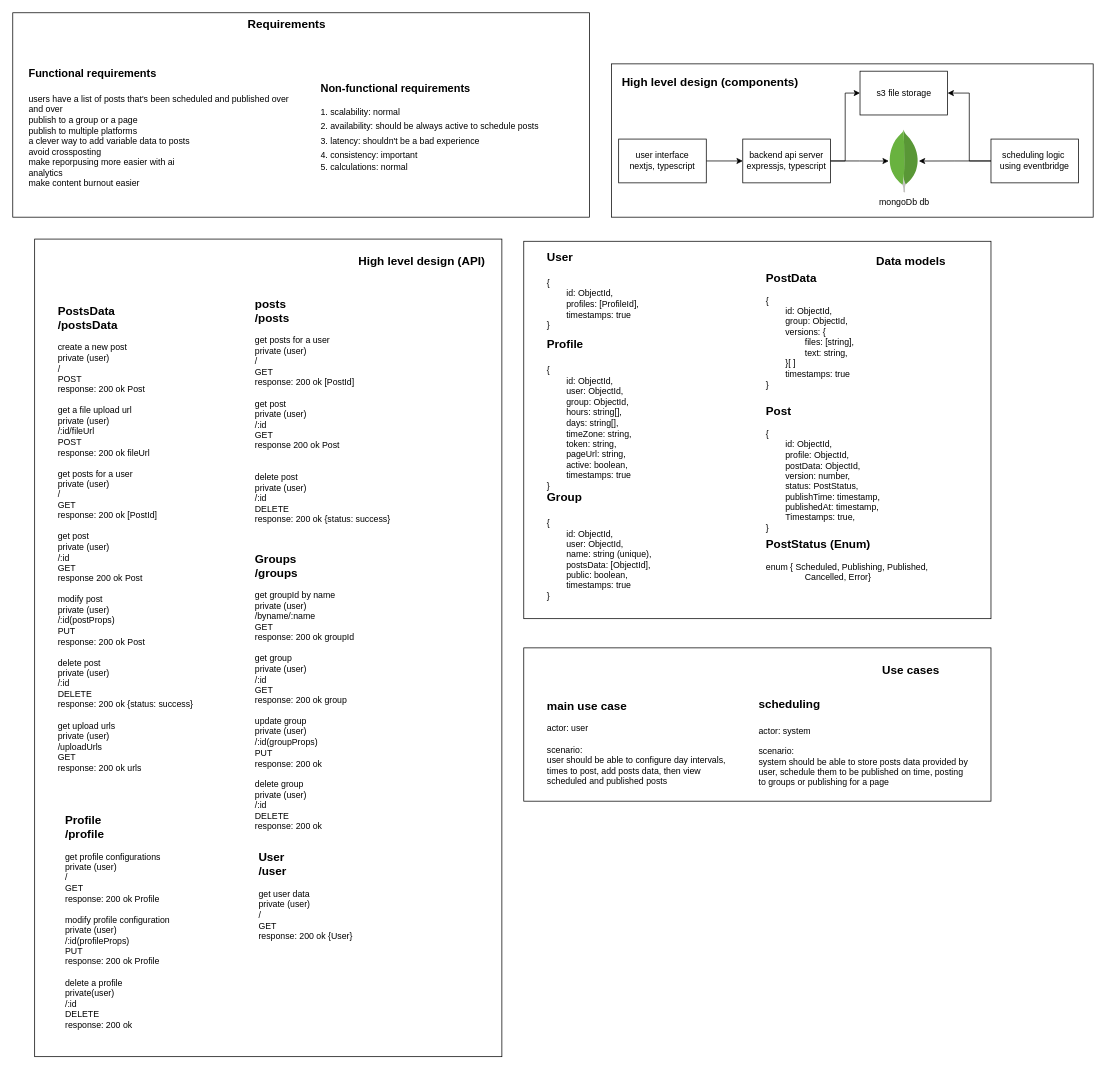
The draw.io diagram page "high-level" (1 of 5) of auto-post.drawio in ahmed-elbehairy7/pamylka-system-design, before the edit. Source tidied: cells renumbered, new cells numbered last; positions are measured from the earlier drawing's top-left corner, leaving out a move shared by most shapes. Both pictures are drawn from the tidied source at 73%, with x=0, y=0 at pixel (12, 12).
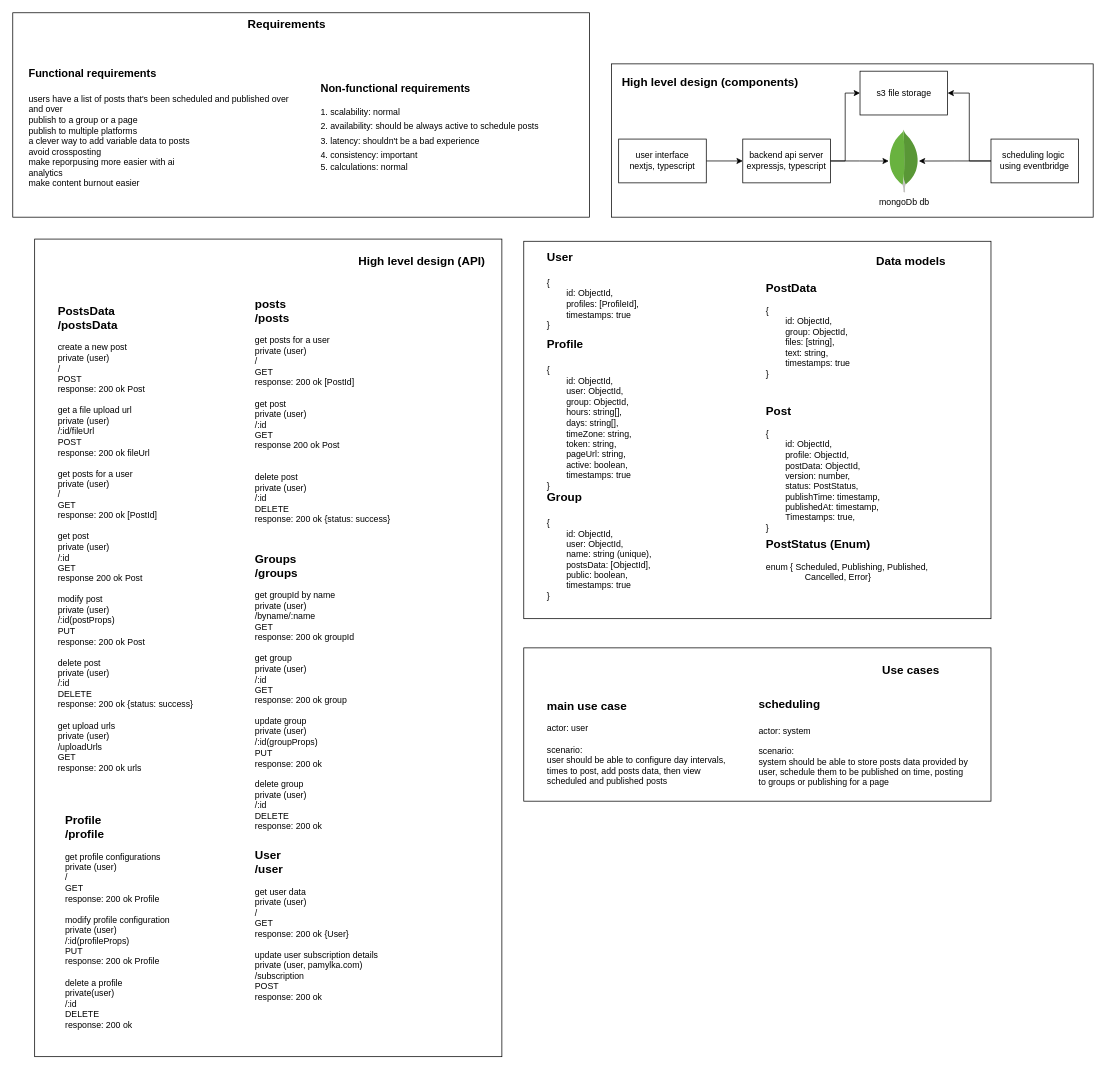
Above is the later version.

Commit message (it also covers changes not shown here):
updated system-design

The change refers to these unchanged cells:
```xml
<mxCell id="15" style="group;" parent="1" vertex="1">
  <mxGeometry x="30" y="310" width="640" height="1120" as="geometry" />
</mxCell>
<mxCell id="33" style="group;" parent="1" vertex="1">
  <mxGeometry x="700" y="310" width="642" height="524" as="geometry" />
</mxCell>
```

The edit, as a diff of the source:
```diff
@@
-    <mxCell id="20" value="&lt;div&gt;&lt;b style=&quot;background-color: transparent; color: light-dark(rgb(0, 0, 0), rgb(255, 255, 255)); font-size: 16px;&quot;&gt;User&lt;/b&gt;&lt;/div&gt;&lt;div&gt;&lt;b style=&quot;background-color: transparent; color: light-dark(rgb(0, 0, 0), rgb(255, 255, 255)); font-size: 16px;&quot;&gt;/user&lt;/b&gt;&lt;/div&gt;&lt;div&gt;&lt;br&gt;&lt;/div&gt;&lt;div&gt;get user data&lt;/div&gt;&lt;div&gt;&lt;span style=&quot;background-color: transparent; color: light-dark(rgb(0, 0, 0), rgb(255, 255, 255));&quot;&gt;private (user)&lt;/span&gt;&lt;/div&gt;&lt;div&gt;/&lt;/div&gt;&lt;div&gt;GET&lt;/div&gt;&lt;div&gt;response: 200 ok {User}&lt;/div&gt;" style="text;html=1;align=left;verticalAlign=middle;strokeColor=none;fillColor=none;" parent="15" vertex="1">
-      <mxGeometry x="305" y="830" width="150" height="140" as="geometry" />
+    <mxCell id="20" value="&lt;div&gt;&lt;b style=&quot;background-color: transparent; color: light-dark(rgb(0, 0, 0), rgb(255, 255, 255)); font-size: 16px;&quot;&gt;User&lt;/b&gt;&lt;/div&gt;&lt;div&gt;&lt;b style=&quot;background-color: transparent; color: light-dark(rgb(0, 0, 0), rgb(255, 255, 255)); font-size: 16px;&quot;&gt;/user&lt;/b&gt;&lt;/div&gt;&lt;div&gt;&lt;br&gt;&lt;/div&gt;&lt;div&gt;get user data&lt;/div&gt;&lt;div&gt;&lt;span style=&quot;background-color: transparent; color: light-dark(rgb(0, 0, 0), rgb(255, 255, 255));&quot;&gt;private (user)&lt;/span&gt;&lt;/div&gt;&lt;div&gt;/&lt;/div&gt;&lt;div&gt;GET&lt;/div&gt;&lt;div&gt;response: 200 ok {User}&lt;/div&gt;&lt;div&gt;&lt;br&gt;&lt;/div&gt;&lt;div&gt;&lt;div&gt;&lt;span style=&quot;background-color: transparent;&quot;&gt;update user subscription details&lt;/span&gt;&lt;/div&gt;&lt;div&gt;&lt;span style=&quot;background-color: transparent;&quot;&gt;private (user, pamylka.com)&lt;/span&gt;&lt;/div&gt;&lt;div&gt;/subscription&lt;/div&gt;&lt;div&gt;POST&lt;/div&gt;&lt;div&gt;response: 200 ok&lt;/div&gt;&lt;/div&gt;" style="text;html=1;align=left;verticalAlign=middle;strokeColor=none;fillColor=none;" parent="15" vertex="1">
+      <mxGeometry x="300" y="830" width="190" height="220" as="geometry" />
     </mxCell>
@@
-    <mxCell id="35" value="&lt;div&gt;&lt;b style=&quot;font-size: 16px; background-color: transparent; color: light-dark(rgb(0, 0, 0), rgb(255, 255, 255));&quot;&gt;PostData&lt;/b&gt;&lt;/div&gt;&lt;div&gt;&lt;br&gt;&lt;/div&gt;&lt;div&gt;{&lt;/div&gt;&lt;div&gt;&lt;span style=&quot;white-space: pre;&quot;&gt;&#9;&lt;/span&gt;id: ObjectId,&lt;/div&gt;&lt;div&gt;&lt;span style=&quot;white-space: pre;&quot;&gt;&#9;&lt;/span&gt;group: ObjectId,&lt;br&gt;&lt;/div&gt;&lt;div&gt;&lt;span style=&quot;white-space: pre;&quot;&gt;&#9;&lt;/span&gt;versions: {&lt;/div&gt;&lt;div&gt;&lt;span style=&quot;white-space: pre;&quot;&gt;&#9;&lt;/span&gt;&lt;span style=&quot;white-space: pre;&quot;&gt;&#9;&lt;/span&gt;&lt;span style=&quot;background-color: transparent; color: light-dark(rgb(0, 0, 0), rgb(255, 255, 255)); white-space-collapse: preserve;&quot;&gt;files: [string],&lt;/span&gt;&lt;/div&gt;&lt;div&gt;&lt;span style=&quot;white-space-collapse: preserve;&quot;&gt;&lt;span&gt;&#9;&lt;span&gt;&#9;&lt;/span&gt;&lt;/span&gt;text: string,&lt;/span&gt;&lt;/div&gt;&lt;div&gt;&lt;span style=&quot;white-space: pre;&quot;&gt;&#9;&lt;/span&gt;}[ ]&lt;br&gt;&lt;/div&gt;&lt;div&gt;&lt;span style=&quot;white-space-collapse: preserve; background-color: transparent; color: light-dark(rgb(0, 0, 0), rgb(255, 255, 255));&quot;&gt;&#9;&lt;/span&gt;&lt;span style=&quot;background-color: transparent; color: light-dark(rgb(0, 0, 0), rgb(255, 255, 255)); white-space-collapse: preserve;&quot;&gt;timestamps: true&lt;/span&gt;&lt;/div&gt;&lt;div&gt;}&lt;/div&gt;" style="text;html=1;align=left;verticalAlign=middle;strokeColor=none;fillColor=none;" parent="33" vertex="1">
-      <mxGeometry x="330" y="35" width="140" height="180" as="geometry" />
+    <mxCell id="35" value="&lt;div&gt;&lt;b style=&quot;font-size: 16px; background-color: transparent; color: light-dark(rgb(0, 0, 0), rgb(255, 255, 255));&quot;&gt;PostData&lt;/b&gt;&lt;/div&gt;&lt;div&gt;&lt;br&gt;&lt;/div&gt;&lt;div&gt;{&lt;/div&gt;&lt;div&gt;&lt;span style=&quot;white-space: pre;&quot;&gt;&#9;&lt;/span&gt;id: ObjectId,&lt;/div&gt;&lt;div&gt;&lt;span style=&quot;white-space: pre;&quot;&gt;&#9;&lt;/span&gt;group: ObjectId,&lt;br&gt;&lt;/div&gt;&lt;div&gt;&lt;span style=&quot;background-color: transparent; white-space-collapse: preserve;&quot;&gt;&#9;&lt;/span&gt;&lt;span style=&quot;background-color: transparent; white-space-collapse: preserve;&quot;&gt;files: [string],&lt;/span&gt;&lt;/div&gt;&lt;div&gt;&lt;span style=&quot;white-space-collapse: preserve;&quot;&gt;&lt;span&gt;&#9;&lt;/span&gt;text: string,&lt;/span&gt;&lt;/div&gt;&lt;div&gt;&lt;span style=&quot;background-color: transparent; white-space-collapse: preserve;&quot;&gt;&#9;&lt;/span&gt;&lt;span style=&quot;background-color: transparent; white-space-collapse: preserve;&quot;&gt;timestamps: true&lt;/span&gt;&lt;/div&gt;&lt;div&gt;}&lt;/div&gt;" style="text;html=1;align=left;verticalAlign=middle;strokeColor=none;fillColor=none;" parent="33" vertex="1">
+      <mxGeometry x="330" y="50" width="140" height="150" as="geometry" />
     </mxCell>
```
